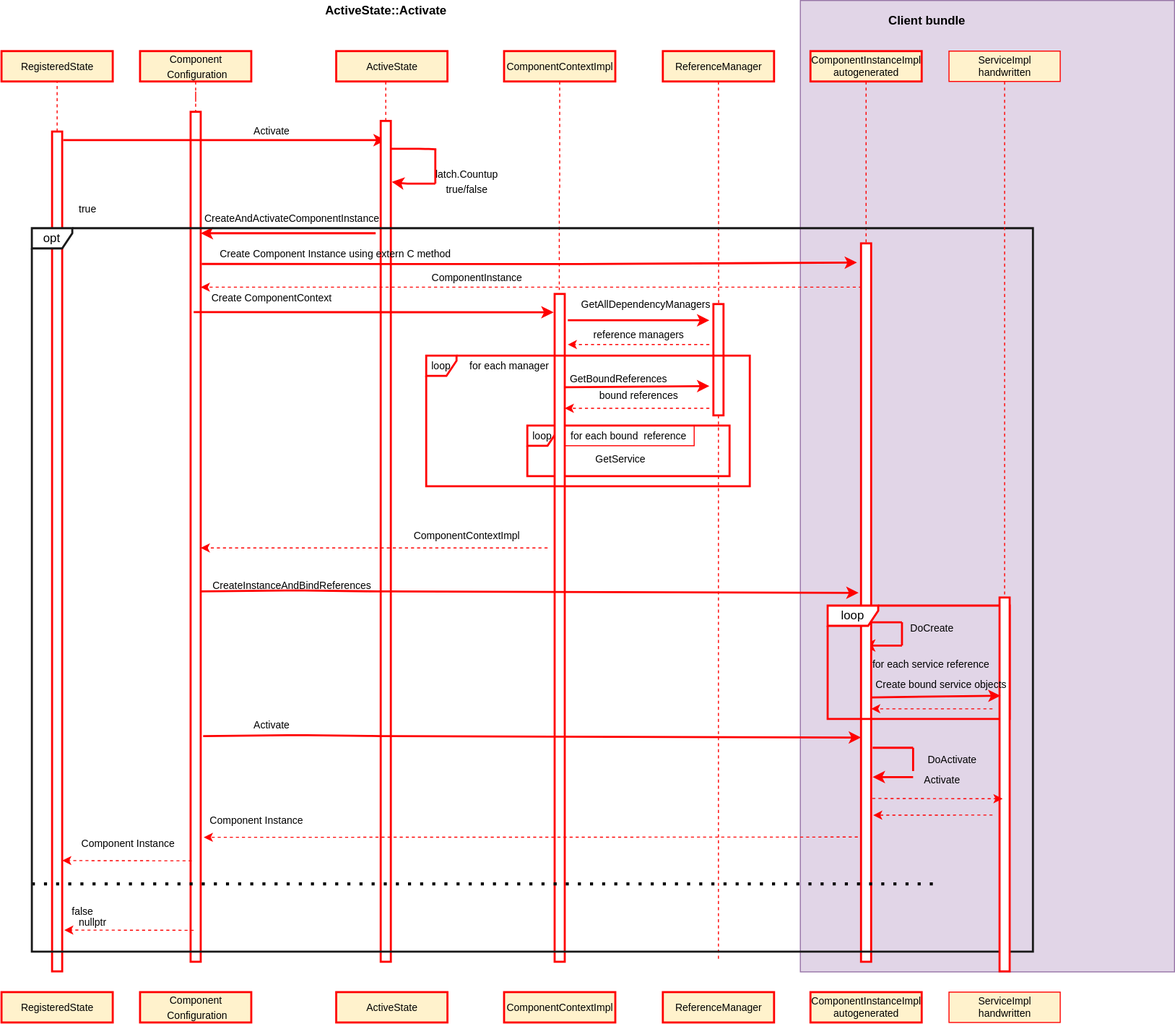
Earlier version of the draw.io export text/0003-declarative-services/ActiveStateActivate.svg (CppMicroServices/rfcs). Source tidied: cells renumbered, new cells last; positions are measured from the earlier drawing's top-left corner, leaving out a move shared by most shapes.
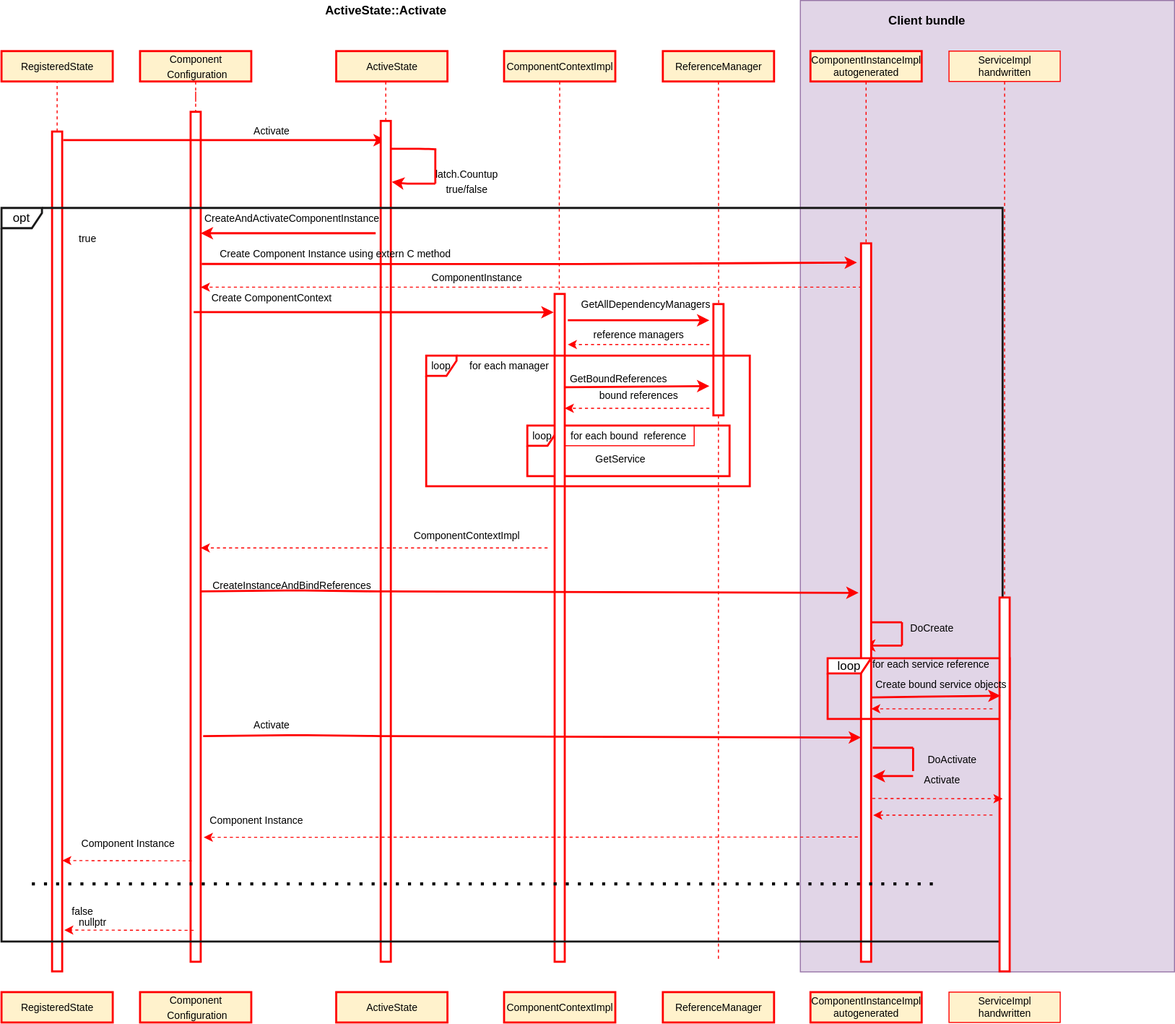
The same diagram one commit later.

The edit, as a diff of the source:
```diff
@@ -42,7 +42,7 @@
       <mxGeometry x="420" y="162" width="80" height="20" as="geometry" />
     </mxCell>
     <mxCell id="12" value="true" style="text;html=1;align=center;verticalAlign=middle;fontSize=10;" parent="1" vertex="1">
-      <mxGeometry x="70" y="196" width="30" height="20" as="geometry" />
+      <mxGeometry x="70" y="225" width="30" height="20" as="geometry" />
     </mxCell>
     <mxCell id="13" style="endArrow=none;html=1;strokeWidth=2;fontSize=10;strokeColor=#FF0000;" parent="1" edge="1">
       <mxGeometry relative="1" as="geometry">
@@ -116,8 +116,8 @@
     </mxCell>
     <mxCell id="29" style="endArrow=classic;html=1;strokeWidth=2;fontSize=10;entryX=1;entryY=1;entryDx=0;entryDy=0;exitX=1;exitY=0;exitDx=0;exitDy=0;strokeColor=#FF0000;" parent="1" edge="1">
       <mxGeometry relative="1" as="geometry">
-        <mxPoint x="901.5" y="767.5" as="sourcePoint" />
-        <mxPoint x="861.5" y="767.5" as="targetPoint" />
+        <mxPoint x="901.5" y="766.5" as="sourcePoint" />
+        <mxPoint x="861.5" y="766.5" as="targetPoint" />
       </mxGeometry>
     </mxCell>
     <mxCell id="30" value="DoActivate" style="text;html=1;align=center;verticalAlign=middle;fontSize=10;" parent="1" vertex="1">
@@ -281,8 +281,8 @@
     <mxCell id="68" value="&lt;font style=&quot;font-size: 10px&quot;&gt;for each service reference&lt;br&gt;&lt;/font&gt;" style="text;html=1;align=center;verticalAlign=middle;" parent="1" vertex="1">
       <mxGeometry x="854" y="646" width="130" height="20" as="geometry" />
     </mxCell>
-    <mxCell id="69" value="loop" style="shape=umlFrame;whiteSpace=wrap;html=1;strokeColor=#FF0000;strokeWidth=2;width=50;height=20;" parent="1" vertex="1">
-      <mxGeometry x="817" y="598" width="180" height="112" as="geometry" />
+    <mxCell id="69" value="loop" style="shape=umlFrame;whiteSpace=wrap;html=1;strokeColor=#FF0000;strokeWidth=2;width=43;height=15;" parent="1" vertex="1">
+      <mxGeometry x="817" y="650" width="180" height="60" as="geometry" />
     </mxCell>
     <mxCell id="70" value="&lt;font style=&quot;font-size: 10px&quot;&gt;DoCreate&lt;br&gt;&lt;/font&gt;" style="text;html=1;align=center;verticalAlign=middle;" parent="1" vertex="1">
       <mxGeometry x="890" y="610" width="60" height="20" as="geometry" />
@@ -307,7 +307,7 @@
       <mxGeometry x="70" y="823" width="110" height="20" as="geometry" />
     </mxCell>
     <mxCell id="74" value="opt" style="shape=umlFrame;whiteSpace=wrap;html=1;strokeWidth=2;width=40;height=20;strokeColor=#191919;" parent="1" vertex="1">
-      <mxGeometry x="30" y="225" width="990" height="715" as="geometry" />
+      <mxGeometry y="205" width="990" height="725" as="geometry" />
     </mxCell>
     <mxCell id="75" style="edgeStyle=orthogonalEdgeStyle;rounded=0;jettySize=auto;html=1;dashed=1;endArrow=none;endFill=0;strokeColor=#FF0000;strokeWidth=1;" parent="1" edge="1" source="76" target="77">
       <mxGeometry relative="1" as="geometry" />
```
